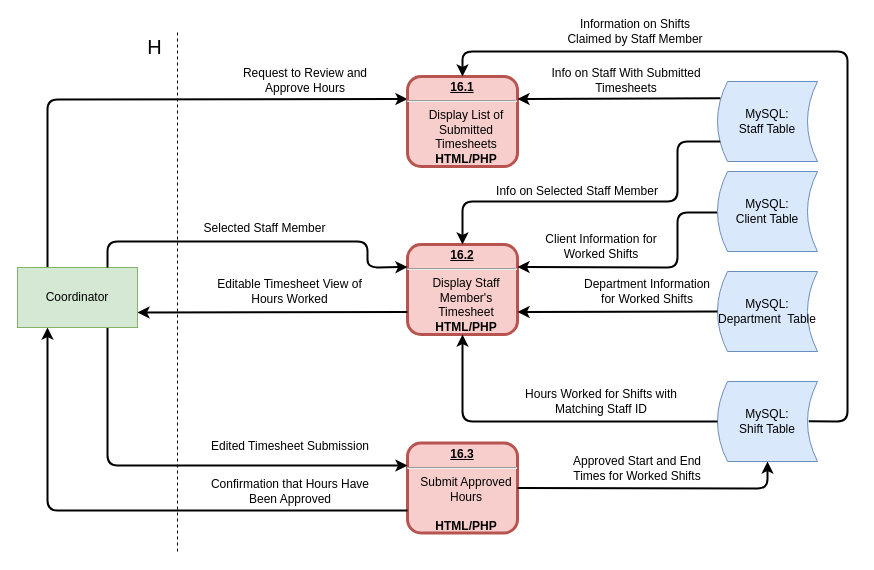
Before: page "16: Approve hours" (17 of 19) of Diagrams/DFD/Level 1 DFDs.drawio in Harlento/SchedulingSystem, a draw.io diagram. Source tidied: cells renumbered, new cells numbered last; positions are measured from the earlier drawing's top-left corner, leaving out a move shared by most shapes. Both pictures are drawn from the tidied source at 100%, with x=0, y=0 at pixel (17, 21).
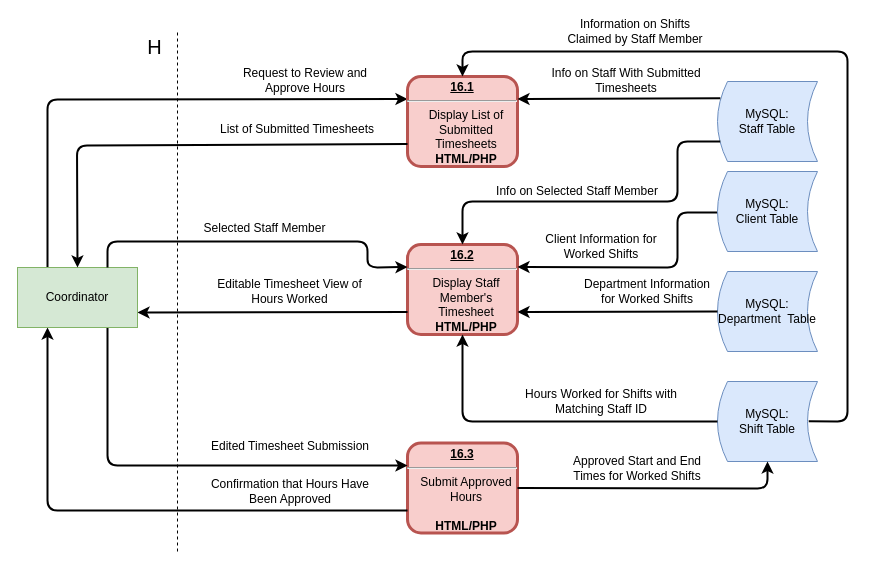
Above is the later version.

Unchanged cells that the change refers to:
```xml
<mxCell id="27" value="Coordinator" style="rounded=0;whiteSpace=wrap;html=1;fillColor=#d5e8d4;strokeColor=#82b366;" parent="1" vertex="1">
  <mxGeometry y="246" width="120" height="60" as="geometry" />
</mxCell>
<mxCell id="28" value="&lt;p style=&quot;margin: 0px ; margin-top: 4px ; text-align: center ; text-decoration: underline&quot;&gt;16.1&lt;/p&gt;&lt;hr&gt;&lt;p style=&quot;margin: 0px ; margin-left: 8px&quot;&gt;&lt;span style=&quot;font-weight: 400 ; white-space: normal&quot;&gt;Display List of Submitted Timesheets&lt;/span&gt;&lt;/p&gt;&lt;p style=&quot;margin: 0px ; margin-left: 8px&quot;&gt;&lt;span style=&quot;white-space: normal&quot;&gt;HTML/PHP&lt;/span&gt;&lt;span style=&quot;font-weight: 400 ; white-space: normal&quot;&gt;&lt;br&gt;&lt;/span&gt;&lt;/p&gt;" style="verticalAlign=middle;align=center;overflow=fill;fontSize=12;fontFamily=Helvetica;html=1;rounded=1;fontStyle=1;strokeWidth=3;fillColor=#f8cecc;strokeColor=#b85450;" parent="1" vertex="1">
  <mxGeometry x="390" y="55" width="110" height="90" as="geometry" />
</mxCell>
```

The edit, as a diff of the source:
```diff
@@
+    <mxCell id="36" style="endArrow=classic;html=1;strokeWidth=2;exitX=0;exitY=0.75;exitDx=0;exitDy=0;entryX=0.5;entryY=0;entryDx=0;entryDy=0;" parent="1" edge="1" source="28" target="27">
+      <mxGeometry relative="1" as="geometry">
+        <Array as="points">
+          <mxPoint x="59.5" y="124" />
+        </Array>
+      </mxGeometry>
+    </mxCell>
+    <mxCell id="37" value="List of Submitted Timesheets" style="text;html=1;strokeColor=none;fillColor=none;align=center;verticalAlign=middle;whiteSpace=wrap;rounded=0;" parent="1" vertex="1">
+      <mxGeometry x="195" y="93" width="170" height="30" as="geometry" />
+    </mxCell>
```
